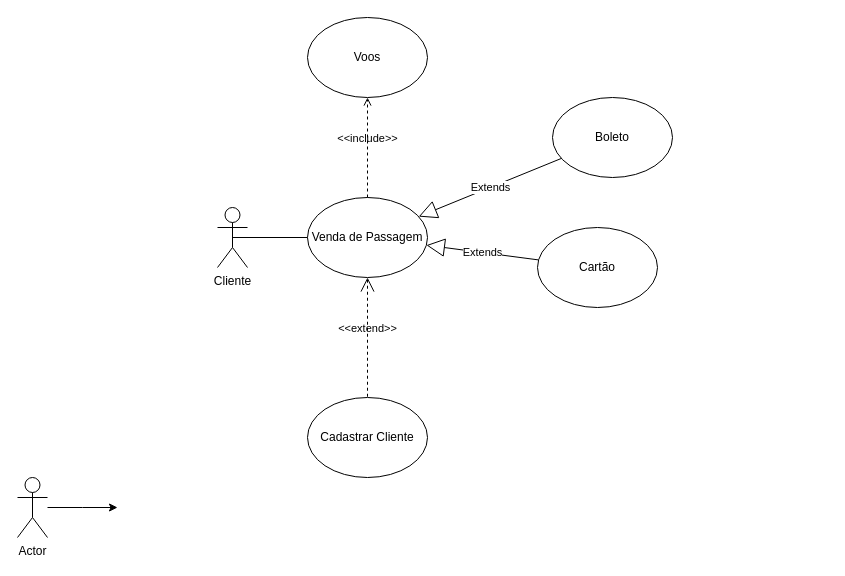
Above: IFTM-2023-1SEM/Ex01Lista01.drawio in Krittz/IFTM-ADS (draw.io), before the change. Source tidied: cells renumbered, new cells numbered last; positions are measured from the earlier drawing's top-left corner, leaving out a move shared by most shapes. Both pictures are drawn from the tidied source at 100%, with x=0, y=0 at pixel (17, 17).
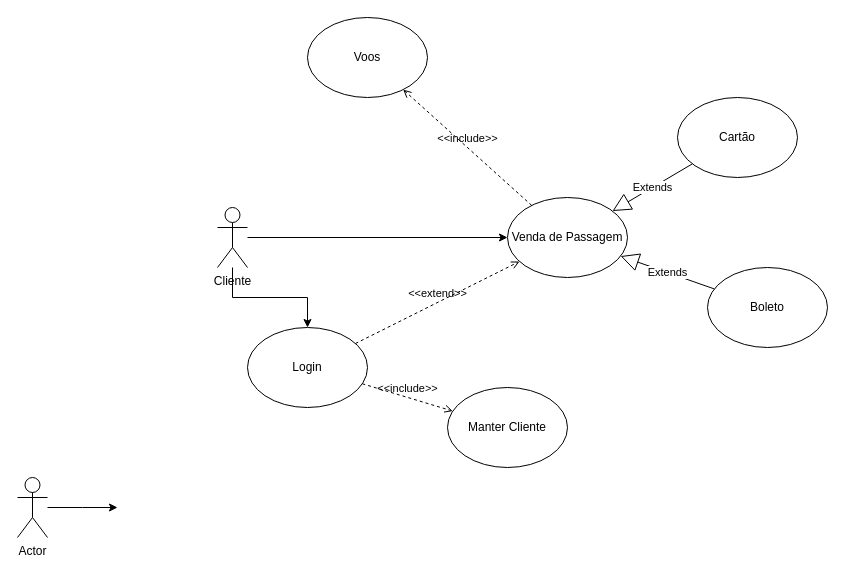
After the change.

Diff of the diagram source:
```diff
@@
 <mxGraphModel>
   <root>
     <mxCell id="0" />
     <mxCell id="1" parent="0" />
+    <mxCell id="5" style="edgeStyle=orthogonalEdgeStyle;rounded=0;jettySize=auto;html=1;" parent="1" edge="1" source="2" target="3">
+      <mxGeometry relative="1" as="geometry" />
+    </mxCell>
+    <mxCell id="15" style="edgeStyle=orthogonalEdgeStyle;rounded=0;jettySize=auto;html=1;" parent="1" edge="1" source="2" target="16">
+      <mxGeometry relative="1" as="geometry" />
+    </mxCell>
     <mxCell id="2" value="Cliente&lt;br&gt;" style="shape=umlActor;verticalLabelPosition=bottom;verticalAlign=top;html=1;outlineConnect=0;" parent="1" vertex="1">
       <mxGeometry x="200" y="190" width="30" height="60" as="geometry" />
     </mxCell>
     <mxCell id="3" value="Venda de Passagem" style="ellipse;whiteSpace=wrap;html=1;" parent="1" vertex="1">
-      <mxGeometry x="290" y="180" width="120" height="80" as="geometry" />
+      <mxGeometry x="490" y="180" width="120" height="80" as="geometry" />
     </mxCell>
     <mxCell id="4" value="Voos" style="ellipse;whiteSpace=wrap;html=1;" parent="1" vertex="1">
       <mxGeometry x="290" width="120" height="80" as="geometry" />
     </mxCell>
-    <mxCell id="5" style="endArrow=none;html=1;rounded=0;exitX=0.5;exitY=0.5;exitDx=0;exitDy=0;exitPerimeter=0;" parent="1" edge="1" source="2" target="3">
-      <mxGeometry relative="1" as="geometry" />
-    </mxCell>
     <mxCell id="6" style="edgeStyle=orthogonalEdgeStyle;rounded=0;jettySize=auto;html=1;" parent="1" edge="1" source="7">
       <mxGeometry relative="1" as="geometry">
         <mxPoint x="100" y="490" as="targetPoint" />
       </mxGeometry>
     </mxCell>
     <mxCell id="7" value="Actor" style="shape=umlActor;verticalLabelPosition=bottom;verticalAlign=top;html=1;outlineConnect=0;" parent="1" vertex="1">
       <mxGeometry y="460" width="30" height="60" as="geometry" />
     </mxCell>
     <mxCell id="8" value="&amp;lt;&amp;lt;include&amp;gt;&amp;gt;" style="html=1;verticalAlign=bottom;labelBackgroundColor=none;endArrow=open;endFill=0;dashed=1;rounded=0;" parent="1" edge="1" source="3" target="4">
       <mxGeometry relative="1" as="geometry" />
     </mxCell>
-    <mxCell id="9" value="Cadastrar Cliente" style="ellipse;whiteSpace=wrap;html=1;" parent="1" vertex="1">
-      <mxGeometry x="290" y="380" width="120" height="80" as="geometry" />
+    <mxCell id="9" value="Manter Cliente&lt;br&gt;" style="ellipse;whiteSpace=wrap;html=1;" parent="1" vertex="1">
+      <mxGeometry x="430" y="370" width="120" height="80" as="geometry" />
     </mxCell>
-    <mxCell id="10" value="&amp;lt;&amp;lt;extend&amp;gt;&amp;gt;" style="edgeStyle=none;html=1;startArrow=open;endArrow=none;startSize=12;verticalAlign=bottom;dashed=1;labelBackgroundColor=none;rounded=0;" parent="1" edge="1" source="3" target="9">
-      <mxGeometry relative="1" as="geometry" />
-    </mxCell>
     <mxCell id="11" value="Extends" style="endArrow=block;endSize=16;endFill=0;html=1;rounded=0;" parent="1" edge="1" source="12" target="3">
       <mxGeometry relative="1" as="geometry" />
     </mxCell>
     <mxCell id="12" value="Cartão" style="ellipse;whiteSpace=wrap;html=1;" parent="1" vertex="1">
-      <mxGeometry x="520" y="210" width="120" height="80" as="geometry" />
+      <mxGeometry x="660" y="80" width="120" height="80" as="geometry" />
     </mxCell>
     <mxCell id="13" value="Boleto" style="ellipse;whiteSpace=wrap;html=1;" parent="1" vertex="1">
-      <mxGeometry x="535" y="80" width="120" height="80" as="geometry" />
+      <mxGeometry x="690" y="250" width="120" height="80" as="geometry" />
     </mxCell>
     <mxCell id="14" value="Extends" style="endArrow=block;endSize=16;endFill=0;html=1;rounded=0;" parent="1" edge="1" source="13" target="3">
       <mxGeometry relative="1" as="geometry" />
     </mxCell>
+    <mxCell id="16" value="Login" style="ellipse;whiteSpace=wrap;html=1;" parent="1" vertex="1">
+      <mxGeometry x="230" y="310" width="120" height="80" as="geometry" />
+    </mxCell>
+    <mxCell id="17" value="&amp;lt;&amp;lt;include&amp;gt;&amp;gt;" style="html=1;verticalAlign=bottom;labelBackgroundColor=none;endArrow=open;endFill=0;dashed=1;rounded=0;" parent="1" edge="1" source="16" target="9">
+      <mxGeometry relative="1" as="geometry" />
+    </mxCell>
+    <mxCell id="10" value="&amp;lt;&amp;lt;extend&amp;gt;&amp;gt;" style="html=1;verticalAlign=bottom;labelBackgroundColor=none;endArrow=open;endFill=0;dashed=1;rounded=0;" parent="1" edge="1" source="16" target="3">
+      <mxGeometry relative="1" as="geometry" />
+    </mxCell>
   </root>
 </mxGraphModel>
```
